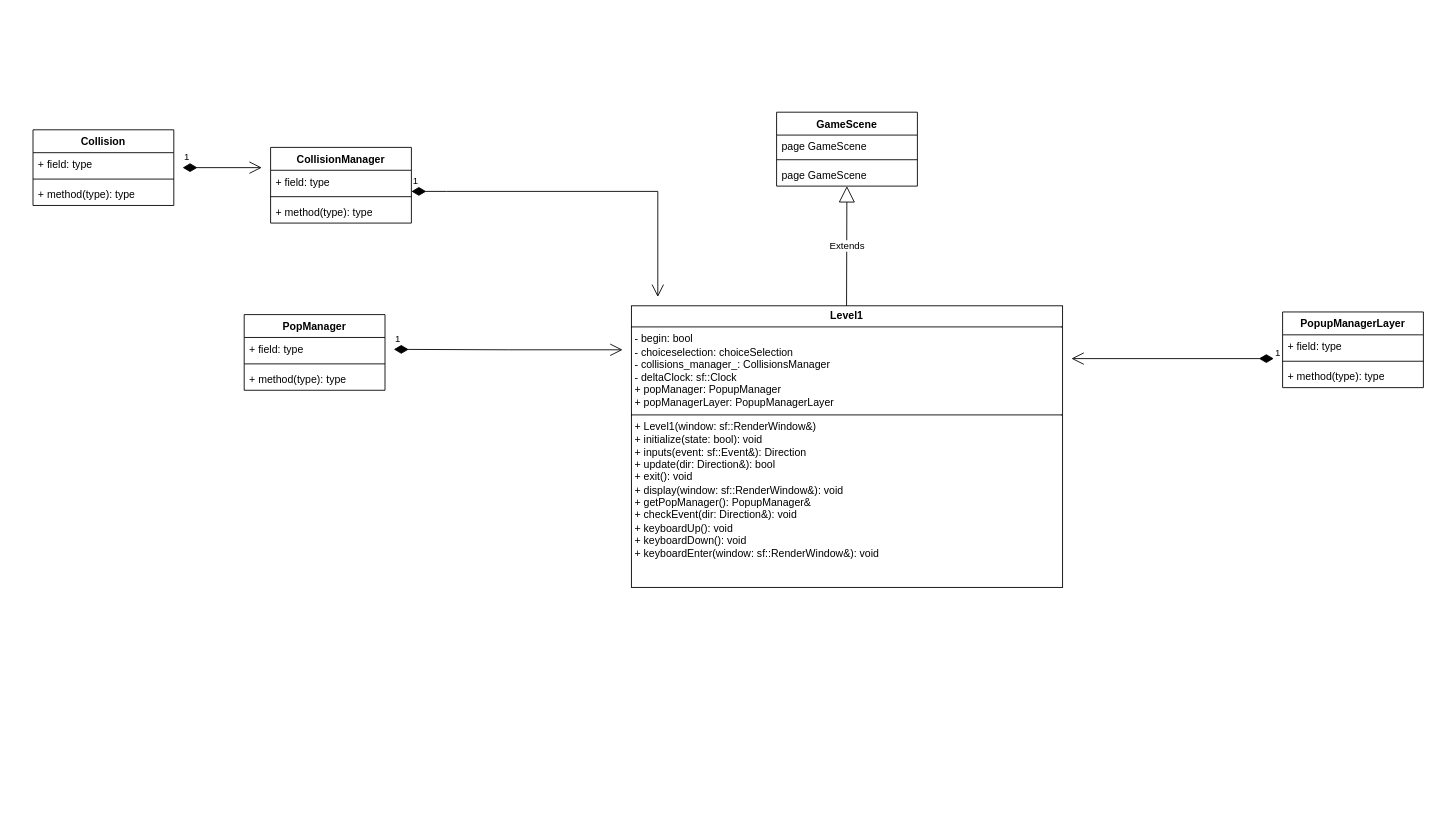
Before: page "Level1" (3 of 5) of Diagramme sans nom.drawio in Bird120/FlightToHFT, a draw.io diagram. Source tidied: cells renumbered, new cells numbered last; positions are measured from the earlier drawing's top-left corner, leaving out a move shared by most shapes. Both pictures are drawn from the tidied source at 88%, with x=0, y=0 at pixel (33, 112).
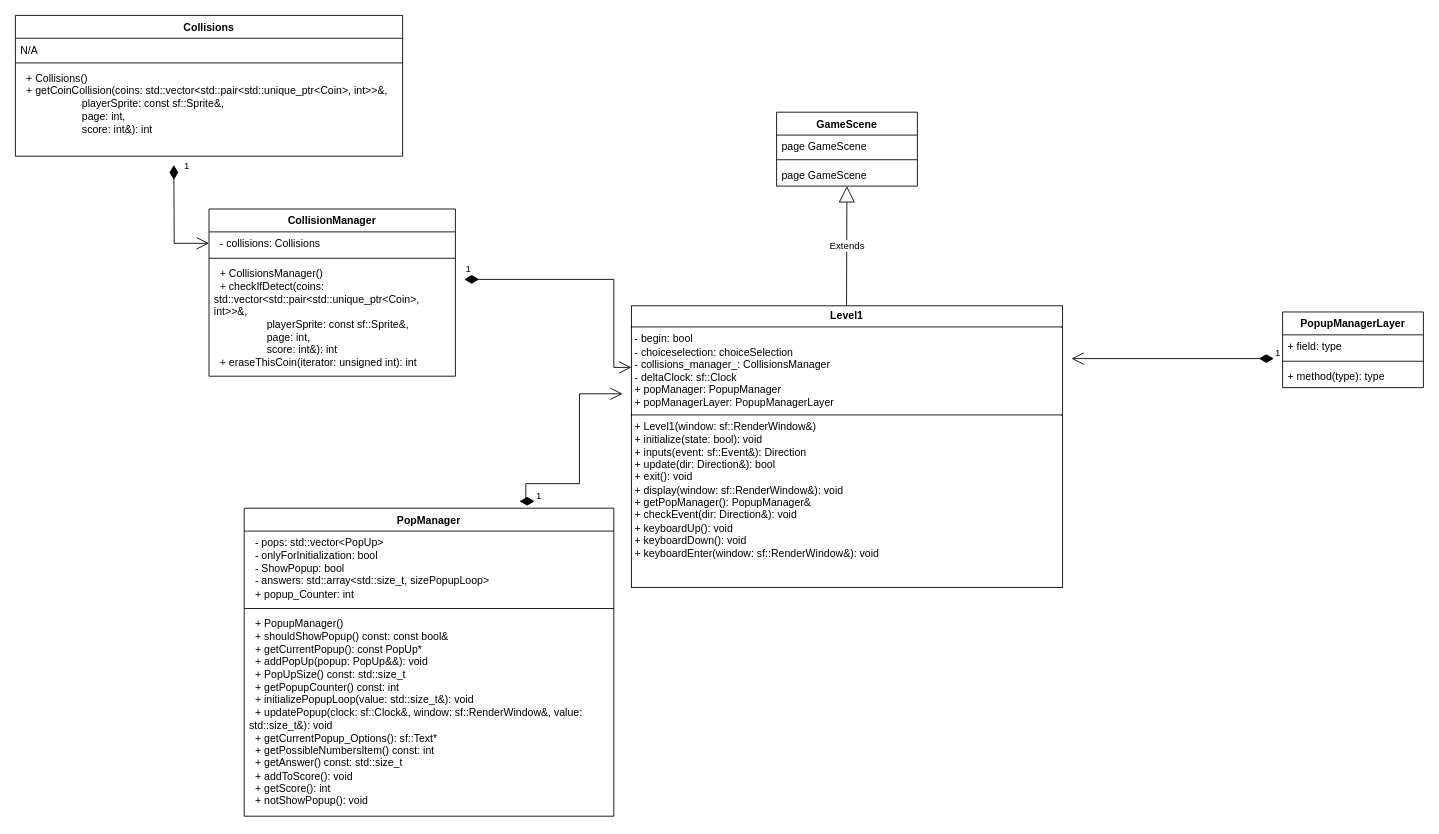
After the change.

The edit, as a diff of the source:
```diff
@@
     <mxCell id="10" value="PopManager" style="swimlane;fontStyle=1;align=center;verticalAlign=top;horizontal=1;startSize=26;whiteSpace=wrap;html=1;" parent="1" vertex="1">
-      <mxGeometry x="240" y="230" width="160" height="86" as="geometry" />
+      <mxGeometry x="240" y="450" width="420" height="350" as="geometry" />
     </mxCell>
-    <mxCell id="11" value="+ field: type" style="text;strokeColor=none;fillColor=none;align=left;verticalAlign=top;spacingLeft=4;spacingRight=4;overflow=hidden;whiteSpace=wrap;html=1;" parent="10" vertex="1">
-      <mxGeometry y="26" width="160" height="26" as="geometry" />
+    <mxCell id="11" value="&amp;nbsp; - pops: std::vector&amp;lt;PopUp&amp;gt;&lt;br&gt;&amp;nbsp; - onlyForInitialization: bool&lt;br&gt;&amp;nbsp; - ShowPopup: bool&lt;br&gt;&amp;nbsp; - answers: std::array&amp;lt;std::size_t, sizePopupLoop&amp;gt;&lt;br&gt;&amp;nbsp; + popup_Counter: int" style="text;strokeColor=none;fillColor=none;align=left;verticalAlign=top;spacingLeft=4;spacingRight=4;overflow=hidden;whiteSpace=wrap;html=1;" parent="10" vertex="1">
+      <mxGeometry y="26" width="420" height="84" as="geometry" />
     </mxCell>
     <mxCell id="12" style="line;strokeWidth=1;fillColor=none;align=left;verticalAlign=middle;spacingTop=-1;spacingLeft=3;spacingRight=3;labelPosition=right;strokeColor=inherit;" parent="10" vertex="1">
-      <mxGeometry y="52" width="160" height="8" as="geometry" />
+      <mxGeometry y="110" width="420" height="8" as="geometry" />
     </mxCell>
-    <mxCell id="13" value="+ method(type): type" style="text;strokeColor=none;fillColor=none;align=left;verticalAlign=top;spacingLeft=4;spacingRight=4;overflow=hidden;whiteSpace=wrap;html=1;" parent="10" vertex="1">
-      <mxGeometry y="60" width="160" height="26" as="geometry" />
+    <mxCell id="13" value="&amp;nbsp; + PopupManager()&lt;br&gt;&amp;nbsp; + shouldShowPopup() const: const bool&amp;amp;&lt;br&gt;&amp;nbsp; + getCurrentPopup(): const PopUp*&lt;br&gt;&amp;nbsp; + addPopUp(popup: PopUp&amp;amp;&amp;amp;): void&lt;br&gt;&amp;nbsp; + PopUpSize() const: std::size_t&lt;br&gt;&amp;nbsp; + getPopupCounter() const: int&lt;br&gt;&amp;nbsp; + initializePopupLoop(value: std::size_t&amp;amp;): void&lt;br&gt;&amp;nbsp; + updatePopup(clock: sf::Clock&amp;amp;, window: sf::RenderWindow&amp;amp;, value: std::size_t&amp;amp;): void&lt;br&gt;&amp;nbsp; + getCurrentPopup_Options(): sf::Text*&lt;br&gt;&amp;nbsp; + getPossibleNumbersItem() const: int&lt;br&gt;&amp;nbsp; + getAnswer() const: std::size_t&lt;br&gt;&amp;nbsp; + addToScore(): void&lt;br&gt;&amp;nbsp; + getScore(): int&lt;br&gt;&amp;nbsp; + notShowPopup(): void" style="text;strokeColor=none;fillColor=none;align=left;verticalAlign=top;spacingLeft=4;spacingRight=4;overflow=hidden;whiteSpace=wrap;html=1;" parent="10" vertex="1">
+      <mxGeometry y="118" width="420" height="232" as="geometry" />
     </mxCell>
     <mxCell id="14" value="CollisionManager" style="swimlane;fontStyle=1;align=center;verticalAlign=top;horizontal=1;startSize=26;whiteSpace=wrap;html=1;" parent="1" vertex="1">
-      <mxGeometry x="270" y="40" width="160" height="86" as="geometry" />
+      <mxGeometry x="200" y="110" width="280" height="190" as="geometry" />
     </mxCell>
-    <mxCell id="15" value="+ field: type" style="text;strokeColor=none;fillColor=none;align=left;verticalAlign=top;spacingLeft=4;spacingRight=4;overflow=hidden;points=[[0,0.5],[1,0.5]];portConstraint=eastwest;whiteSpace=wrap;html=1;" parent="14" vertex="1">
-      <mxGeometry y="26" width="160" height="26" as="geometry" />
+    <mxCell id="15" value="&amp;nbsp; - collisions: Collisions" style="text;strokeColor=none;fillColor=none;align=left;verticalAlign=top;spacingLeft=4;spacingRight=4;overflow=hidden;points=[[0,0.5],[1,0.5]];portConstraint=eastwest;whiteSpace=wrap;html=1;" parent="14" vertex="1">
+      <mxGeometry y="26" width="280" height="26" as="geometry" />
     </mxCell>
     <mxCell id="16" style="line;strokeWidth=1;fillColor=none;align=left;verticalAlign=middle;spacingTop=-1;spacingLeft=3;spacingRight=3;labelPosition=right;strokeColor=inherit;" parent="14" vertex="1">
-      <mxGeometry y="52" width="160" height="8" as="geometry" />
+      <mxGeometry y="52" width="280" height="8" as="geometry" />
     </mxCell>
-    <mxCell id="17" value="+ method(type): type" style="text;strokeColor=none;fillColor=none;align=left;verticalAlign=top;spacingLeft=4;spacingRight=4;overflow=hidden;whiteSpace=wrap;html=1;" parent="14" vertex="1">
-      <mxGeometry y="60" width="160" height="26" as="geometry" />
+    <mxCell id="17" value="&amp;nbsp; + CollisionsManager()&lt;br&gt;&amp;nbsp; + checkIfDetect(coins: std::vector&amp;lt;std::pair&amp;lt;std::unique_ptr&amp;lt;Coin&amp;gt;, int&amp;gt;&amp;gt;&amp;amp;,&amp;nbsp;&lt;br&gt;&amp;nbsp; &amp;nbsp; &amp;nbsp; &amp;nbsp; &amp;nbsp; &amp;nbsp; &amp;nbsp; &amp;nbsp; &amp;nbsp; playerSprite: const sf::Sprite&amp;amp;,&amp;nbsp;&lt;br&gt;&amp;nbsp; &amp;nbsp; &amp;nbsp; &amp;nbsp; &amp;nbsp; &amp;nbsp; &amp;nbsp; &amp;nbsp; &amp;nbsp; page: int,&amp;nbsp;&lt;br&gt;&amp;nbsp; &amp;nbsp; &amp;nbsp; &amp;nbsp; &amp;nbsp; &amp;nbsp; &amp;nbsp; &amp;nbsp; &amp;nbsp; score: int&amp;amp;): int&lt;br&gt;&amp;nbsp; + eraseThisCoin(iterator: unsigned int): int" style="text;strokeColor=none;fillColor=none;align=left;verticalAlign=top;spacingLeft=4;spacingRight=4;overflow=hidden;whiteSpace=wrap;html=1;" parent="14" vertex="1">
+      <mxGeometry y="60" width="280" height="130" as="geometry" />
     </mxCell>
@@
     <mxCell id="22" value="1" style="endArrow=open;html=1;endSize=12;startArrow=diamondThin;startSize=14;startFill=1;edgeStyle=orthogonalEdgeStyle;align=left;verticalAlign=bottom;rounded=0;" parent="1" edge="1">
       <mxGeometry x="-1" y="3" relative="1" as="geometry">
-        <mxPoint x="430" y="90" as="sourcePoint" />
-        <mxPoint x="710" y="210" as="targetPoint" />
+        <mxPoint x="490" y="190" as="sourcePoint" />
+        <mxPoint x="680" y="290" as="targetPoint" />
         <Array as="points">
-          <mxPoint x="470" y="90" />
-          <mxPoint x="470" y="90" />
+          <mxPoint x="660" y="190" />
         </Array>
       </mxGeometry>
     </mxCell>
-    <mxCell id="23" value="1" style="endArrow=open;html=1;endSize=12;startArrow=diamondThin;startSize=14;startFill=1;edgeStyle=orthogonalEdgeStyle;align=left;verticalAlign=bottom;rounded=0;" parent="1" edge="1">
+    <mxCell id="23" value="1" style="endArrow=open;html=1;endSize=12;startArrow=diamondThin;startSize=14;startFill=1;edgeStyle=orthogonalEdgeStyle;align=left;verticalAlign=bottom;rounded=0;entryX=0;entryY=0.181;entryDx=0;entryDy=0;entryPerimeter=0;" parent="1" edge="1">
       <mxGeometry x="-1" y="3" relative="1" as="geometry">
-        <mxPoint x="410" y="269.5" as="sourcePoint" />
-        <mxPoint x="670" y="270" as="targetPoint" />
+        <mxPoint x="570" y="442.1" as="sourcePoint" />
+        <mxPoint x="670" y="320" as="targetPoint" />
+        <Array as="points">
+          <mxPoint x="560" y="442.1" />
+          <mxPoint x="560" y="422.1" />
+          <mxPoint x="621" y="422.1" />
+          <mxPoint x="621" y="320.1" />
+        </Array>
       </mxGeometry>
     </mxCell>
@@
-    <mxCell id="25" value="&lt;div&gt;Collision&lt;/div&gt;&lt;div&gt;&lt;br&gt;&lt;/div&gt;" style="swimlane;fontStyle=1;align=center;verticalAlign=top;horizontal=1;startSize=26;whiteSpace=wrap;html=1;" parent="1" vertex="1">
-      <mxGeometry y="20" width="160" height="86" as="geometry" />
+    <mxCell id="25" value="&lt;div&gt;Collisions&lt;/div&gt;&lt;div&gt;&lt;br&gt;&lt;/div&gt;" style="swimlane;fontStyle=1;align=center;verticalAlign=top;horizontal=1;startSize=26;whiteSpace=wrap;html=1;" parent="1" vertex="1">
+      <mxGeometry x="-20" y="-110" width="440" height="160" as="geometry" />
     </mxCell>
-    <mxCell id="26" value="+ field: type" style="text;strokeColor=none;fillColor=none;align=left;verticalAlign=top;spacingLeft=4;spacingRight=4;overflow=hidden;whiteSpace=wrap;html=1;" parent="25" vertex="1">
-      <mxGeometry y="26" width="160" height="26" as="geometry" />
+    <mxCell id="26" value="N/A" style="text;strokeColor=none;fillColor=none;align=left;verticalAlign=top;spacingLeft=4;spacingRight=4;overflow=hidden;whiteSpace=wrap;html=1;" parent="25" vertex="1">
+      <mxGeometry y="26" width="440" height="24" as="geometry" />
     </mxCell>
     <mxCell id="27" style="line;strokeWidth=1;fillColor=none;align=left;verticalAlign=middle;spacingTop=-1;spacingLeft=3;spacingRight=3;labelPosition=right;strokeColor=inherit;" parent="25" vertex="1">
-      <mxGeometry y="52" width="160" height="8" as="geometry" />
+      <mxGeometry y="50" width="440" height="8" as="geometry" />
     </mxCell>
-    <mxCell id="28" value="+ method(type): type" style="text;strokeColor=none;fillColor=none;align=left;verticalAlign=top;spacingLeft=4;spacingRight=4;overflow=hidden;whiteSpace=wrap;html=1;" parent="25" vertex="1">
-      <mxGeometry y="60" width="160" height="26" as="geometry" />
+    <mxCell id="28" value="&amp;nbsp; + Collisions()&lt;br&gt;&amp;nbsp; + getCoinCollision(coins: std::vector&amp;lt;std::pair&amp;lt;std::unique_ptr&amp;lt;Coin&amp;gt;, int&amp;gt;&amp;gt;&amp;amp;,&amp;nbsp;&lt;br&gt;&amp;nbsp; &amp;nbsp; &amp;nbsp; &amp;nbsp; &amp;nbsp; &amp;nbsp; &amp;nbsp; &amp;nbsp; &amp;nbsp; &amp;nbsp; &amp;nbsp;playerSprite: const sf::Sprite&amp;amp;,&amp;nbsp;&lt;br&gt;&amp;nbsp; &amp;nbsp; &amp;nbsp; &amp;nbsp; &amp;nbsp; &amp;nbsp; &amp;nbsp; &amp;nbsp; &amp;nbsp; &amp;nbsp; &amp;nbsp;page: int,&amp;nbsp;&lt;br&gt;&amp;nbsp; &amp;nbsp; &amp;nbsp; &amp;nbsp; &amp;nbsp; &amp;nbsp; &amp;nbsp; &amp;nbsp; &amp;nbsp; &amp;nbsp; &amp;nbsp;score: int&amp;amp;): int" style="text;strokeColor=none;fillColor=none;align=left;verticalAlign=top;spacingLeft=4;spacingRight=4;overflow=hidden;whiteSpace=wrap;html=1;" parent="25" vertex="1">
+      <mxGeometry y="58" width="440" height="102" as="geometry" />
     </mxCell>
-    <mxCell id="29" value="1" style="endArrow=open;html=1;endSize=12;startArrow=diamondThin;startSize=14;startFill=1;edgeStyle=orthogonalEdgeStyle;align=left;verticalAlign=bottom;rounded=0;" parent="1" edge="1">
-      <mxGeometry x="-1" y="3" relative="1" as="geometry">
-        <mxPoint x="170" y="63" as="sourcePoint" />
-        <mxPoint x="260" y="63" as="targetPoint" />
+    <mxCell id="29" value="1" style="endArrow=open;html=1;endSize=12;startArrow=diamondThin;startSize=14;startFill=1;edgeStyle=orthogonalEdgeStyle;align=left;verticalAlign=bottom;rounded=0;entryX=0;entryY=0.5;entryDx=0;entryDy=0;" parent="1" edge="1" target="15">
+      <mxGeometry x="-0.84" y="10" relative="1" as="geometry">
+        <mxPoint x="160" y="60" as="sourcePoint" />
       </mxGeometry>
     </mxCell>
```
